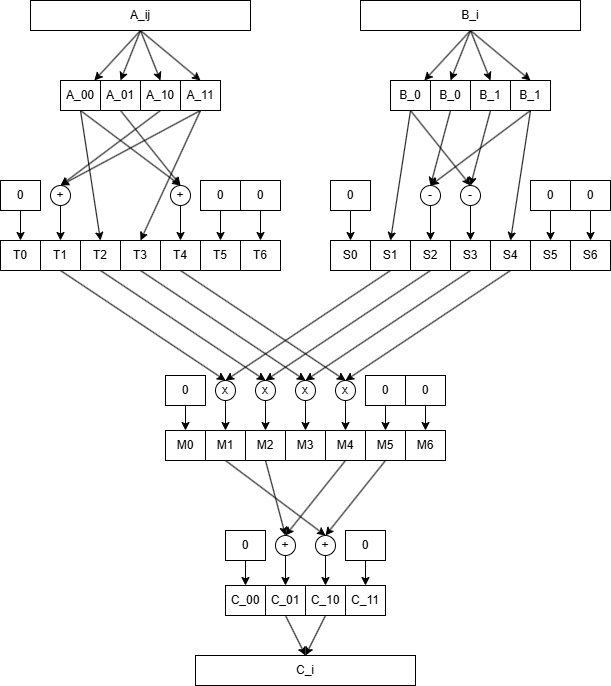
The draw.io diagram SMM_r _var.drawio.png in rbrinson2/strassen-snn-accel, before a commit. Source tidied: cells renumbered, new cells last; positions are measured from the earlier drawing's top-left corner, leaving out a move shared by most shapes.
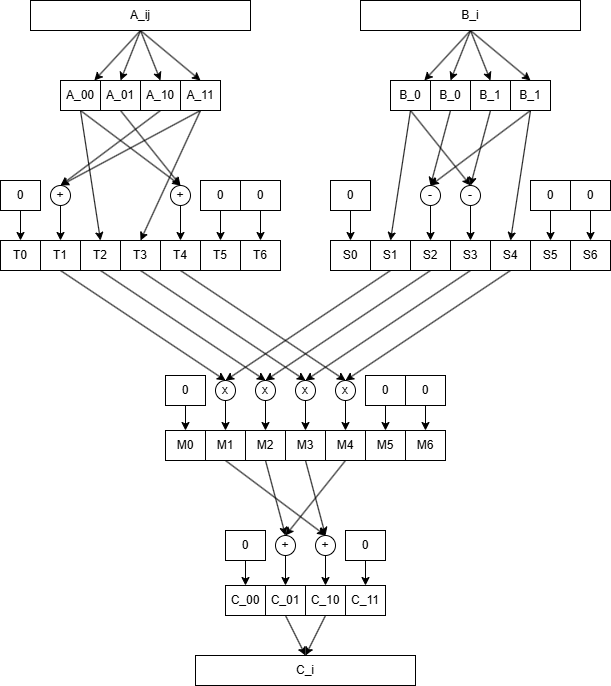
After the change.

What changed in the source:
```diff
@@ -220,6 +220,9 @@
     <mxCell id="71" value="M4" style="rounded=0;whiteSpace=wrap;html=1;" parent="1" vertex="1">
       <mxGeometry x="325" y="430" width="40" height="30" as="geometry" />
     </mxCell>
+    <mxCell id="114" style="rounded=0;jettySize=auto;html=1;exitX=0.5;exitY=1;exitDx=0;exitDy=0;entryX=0.5;entryY=0;entryDx=0;entryDy=0;" parent="1" edge="1" source="72" target="99">
+      <mxGeometry relative="1" as="geometry" />
+    </mxCell>
     <mxCell id="72" value="M3" style="rounded=0;whiteSpace=wrap;html=1;" parent="1" vertex="1">
       <mxGeometry x="285" y="430" width="40" height="30" as="geometry" />
     </mxCell>
@@ -235,9 +238,6 @@
     <mxCell id="76" value="M0" style="rounded=0;whiteSpace=wrap;html=1;" parent="1" vertex="1">
       <mxGeometry x="165" y="430" width="40" height="30" as="geometry" />
     </mxCell>
-    <mxCell id="77" style="edgeStyle=none;rounded=0;jettySize=auto;html=1;exitX=0.5;exitY=1;exitDx=0;exitDy=0;entryX=0.5;entryY=0;entryDx=0;entryDy=0;" parent="1" edge="1" source="78" target="99">
-      <mxGeometry relative="1" as="geometry" />
-    </mxCell>
     <mxCell id="78" value="M5" style="rounded=0;whiteSpace=wrap;html=1;" parent="1" vertex="1">
       <mxGeometry x="365" y="430" width="40" height="30" as="geometry" />
     </mxCell>
```
